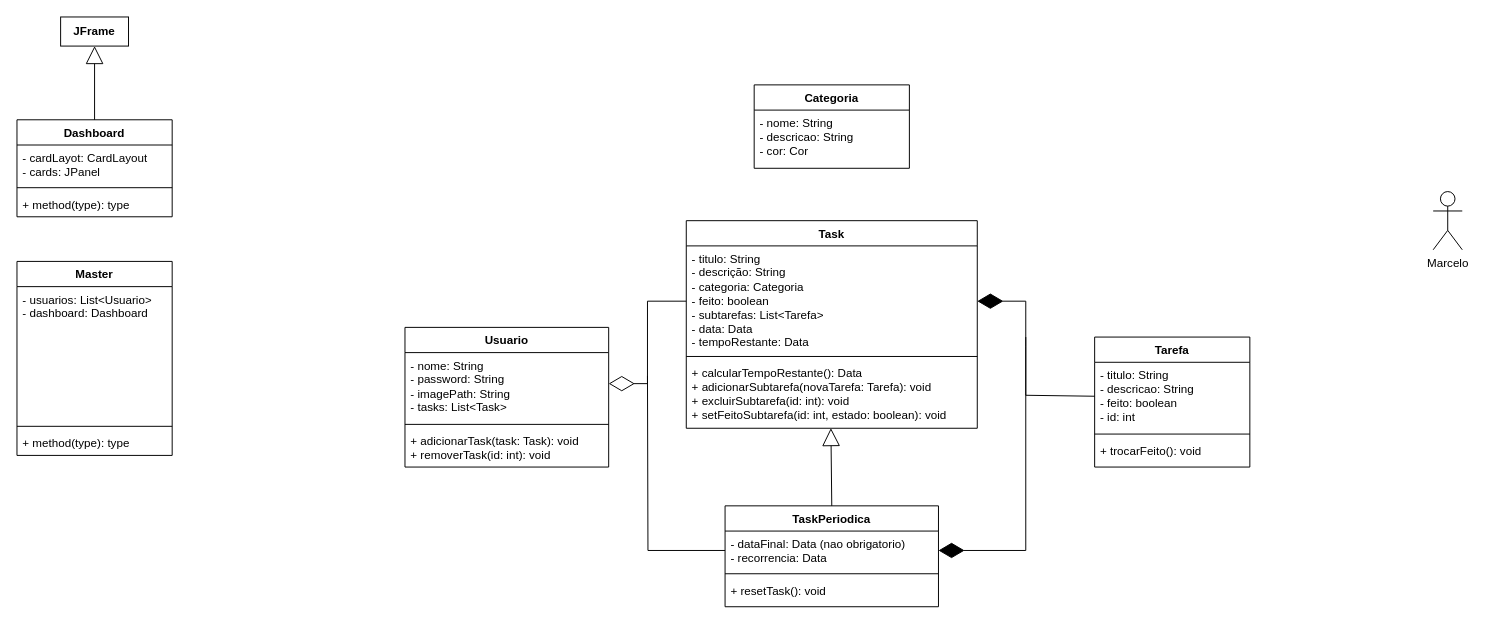
Before: Diagrama UML - TaskIt.drawio in yaesetti/task-it, a draw.io diagram. Source tidied: cells renumbered, new cells numbered last; positions are measured from the earlier drawing's top-left corner, leaving out a move shared by most shapes. Both pictures are drawn from the tidied source at 97%, with x=0, y=0 at pixel (16, 16).
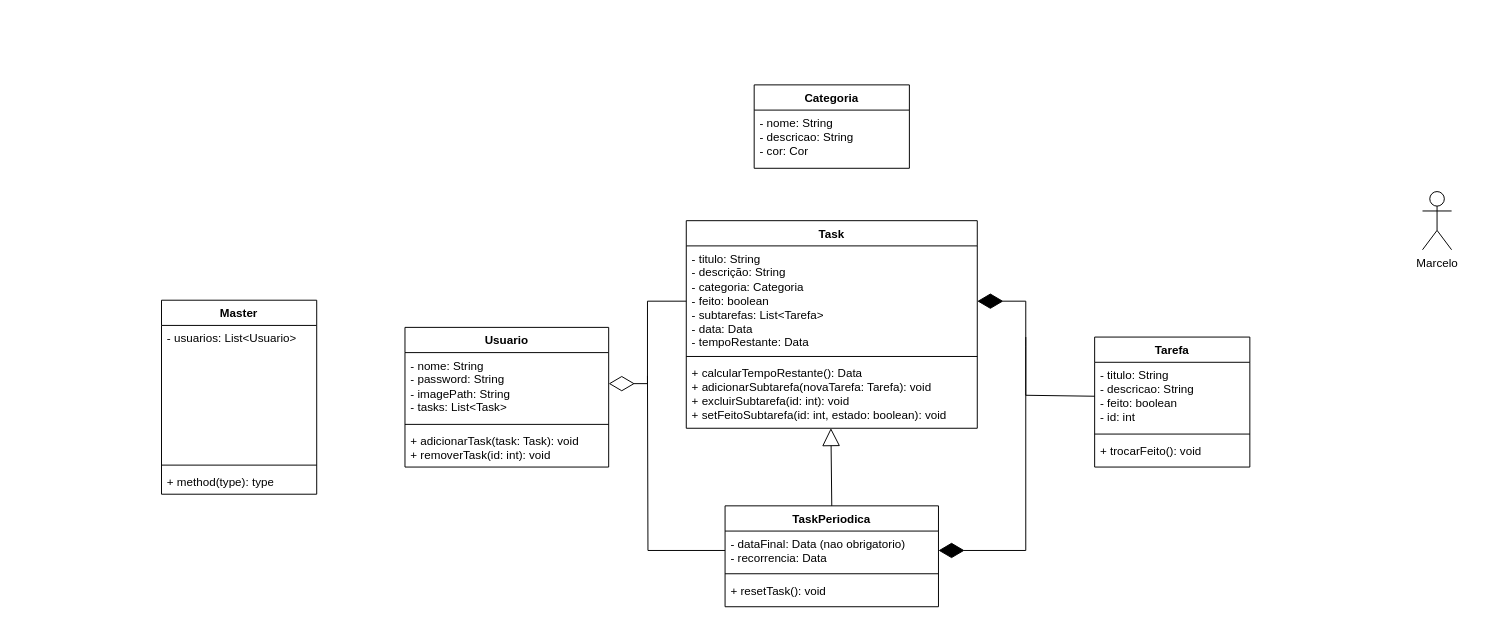
The same page after the edit.

Commit message:
Removendo coisas tecnicas como JPanel

What changed in the source:
```diff
@@
     <mxCell id="15" value="Marcelo" style="shape=umlActor;verticalLabelPosition=bottom;verticalAlign=top;html=1;" parent="1" vertex="1">
-      <mxGeometry x="1460" y="180" width="30" height="60" as="geometry" />
+      <mxGeometry x="1449" y="180" width="30" height="60" as="geometry" />
     </mxCell>
@@
     <mxCell id="26" value="Master" style="swimlane;fontStyle=1;align=center;verticalAlign=top;horizontal=1;startSize=26;whiteSpace=wrap;html=1;" parent="1" vertex="1">
-      <mxGeometry y="252" width="160" height="200" as="geometry" />
+      <mxGeometry x="149" y="292" width="160" height="200" as="geometry" />
     </mxCell>
-    <mxCell id="27" value="- usuarios: List&amp;lt;Usuario&amp;gt;&lt;div&gt;- dashboard: Dashboard&lt;/div&gt;&lt;div&gt;&lt;br&gt;&lt;/div&gt;&lt;div&gt;&lt;br&gt;&lt;/div&gt;&lt;div&gt;&lt;br&gt;&lt;/div&gt;&lt;div&gt;&lt;br&gt;&lt;/div&gt;&lt;div&gt;&lt;br&gt;&lt;/div&gt;&lt;div&gt;&lt;br&gt;&lt;/div&gt;&lt;div&gt;&lt;br&gt;&lt;/div&gt;&lt;div&gt;&lt;br&gt;&lt;/div&gt;" style="text;strokeColor=none;fillColor=none;align=left;verticalAlign=top;spacingLeft=4;spacingRight=4;overflow=hidden;whiteSpace=wrap;html=1;" parent="26" vertex="1">
+    <mxCell id="27" value="- usuarios: List&amp;lt;Usuario&amp;gt;&lt;div&gt;&lt;br&gt;&lt;/div&gt;" style="text;strokeColor=none;fillColor=none;align=left;verticalAlign=top;spacingLeft=4;spacingRight=4;overflow=hidden;whiteSpace=wrap;html=1;" parent="26" vertex="1">
       <mxGeometry y="26" width="160" height="140" as="geometry" />
     </mxCell>
@@
-    <mxCell id="30" value="Dashboard" style="swimlane;fontStyle=1;align=center;verticalAlign=top;horizontal=1;startSize=26;whiteSpace=wrap;html=1;" parent="1" vertex="1">
-      <mxGeometry y="106" width="160" height="100" as="geometry" />
-    </mxCell>
-    <mxCell id="31" value="- cardLayot: CardLayout&lt;div&gt;- cards: JPanel&lt;/div&gt;" style="text;strokeColor=none;fillColor=none;align=left;verticalAlign=top;spacingLeft=4;spacingRight=4;overflow=hidden;whiteSpace=wrap;html=1;" parent="30" vertex="1">
-      <mxGeometry y="26" width="160" height="40" as="geometry" />
-    </mxCell>
-    <mxCell id="32" style="line;strokeWidth=1;fillColor=none;align=left;verticalAlign=middle;spacingTop=-1;spacingLeft=3;spacingRight=3;labelPosition=right;strokeColor=inherit;" parent="30" vertex="1">
-      <mxGeometry y="66" width="160" height="8" as="geometry" />
-    </mxCell>
-    <mxCell id="33" value="+ method(type): type" style="text;strokeColor=none;fillColor=none;align=left;verticalAlign=top;spacingLeft=4;spacingRight=4;overflow=hidden;whiteSpace=wrap;html=1;" parent="30" vertex="1">
-      <mxGeometry y="74" width="160" height="26" as="geometry" />
-    </mxCell>
-    <mxCell id="34" value="&lt;b&gt;JFrame&lt;/b&gt;" style="html=1;whiteSpace=wrap;" parent="1" vertex="1">
-      <mxGeometry x="45" width="70" height="30" as="geometry" />
-    </mxCell>
-    <mxCell id="35" style="endArrow=block;endSize=16;endFill=0;html=1;rounded=0;exitX=0.5;exitY=0;exitDx=0;exitDy=0;entryX=0.5;entryY=1;entryDx=0;entryDy=0;" parent="1" edge="1" source="30" target="34">
-      <mxGeometry relative="1" as="geometry" />
-    </mxCell>
```
